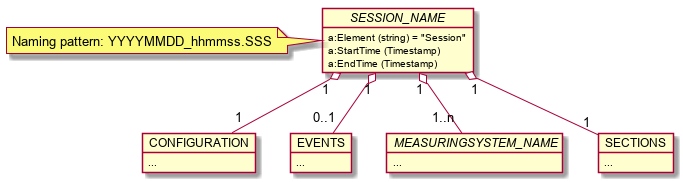
Above: images/generated/rcmdx_session_group.png in OpenRailAssociation/rcm-dx (PlantUML), before the change.
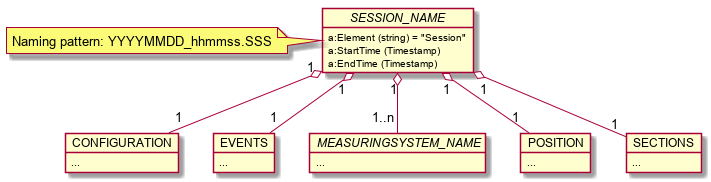
After the commit.

What changed in the source:
```diff
@@ -15,13 +15,18 @@
   object EVENTS {
     ...
   }
-  session_name "1" o-- "0..1" EVENTS
+  session_name "1" o-- "1" EVENTS
 
   object "//MEASURINGSYSTEM_NAME//" as MEASURINGSYSTEM {
     ...
   }
   session_name "1" o-- "1..n" MEASURINGSYSTEM
 
+  object POSITION {
+    ...
+  }
+  session_name "1" o-- "1" POSITION
+
   object SECTIONS {
     ...
   }
```
